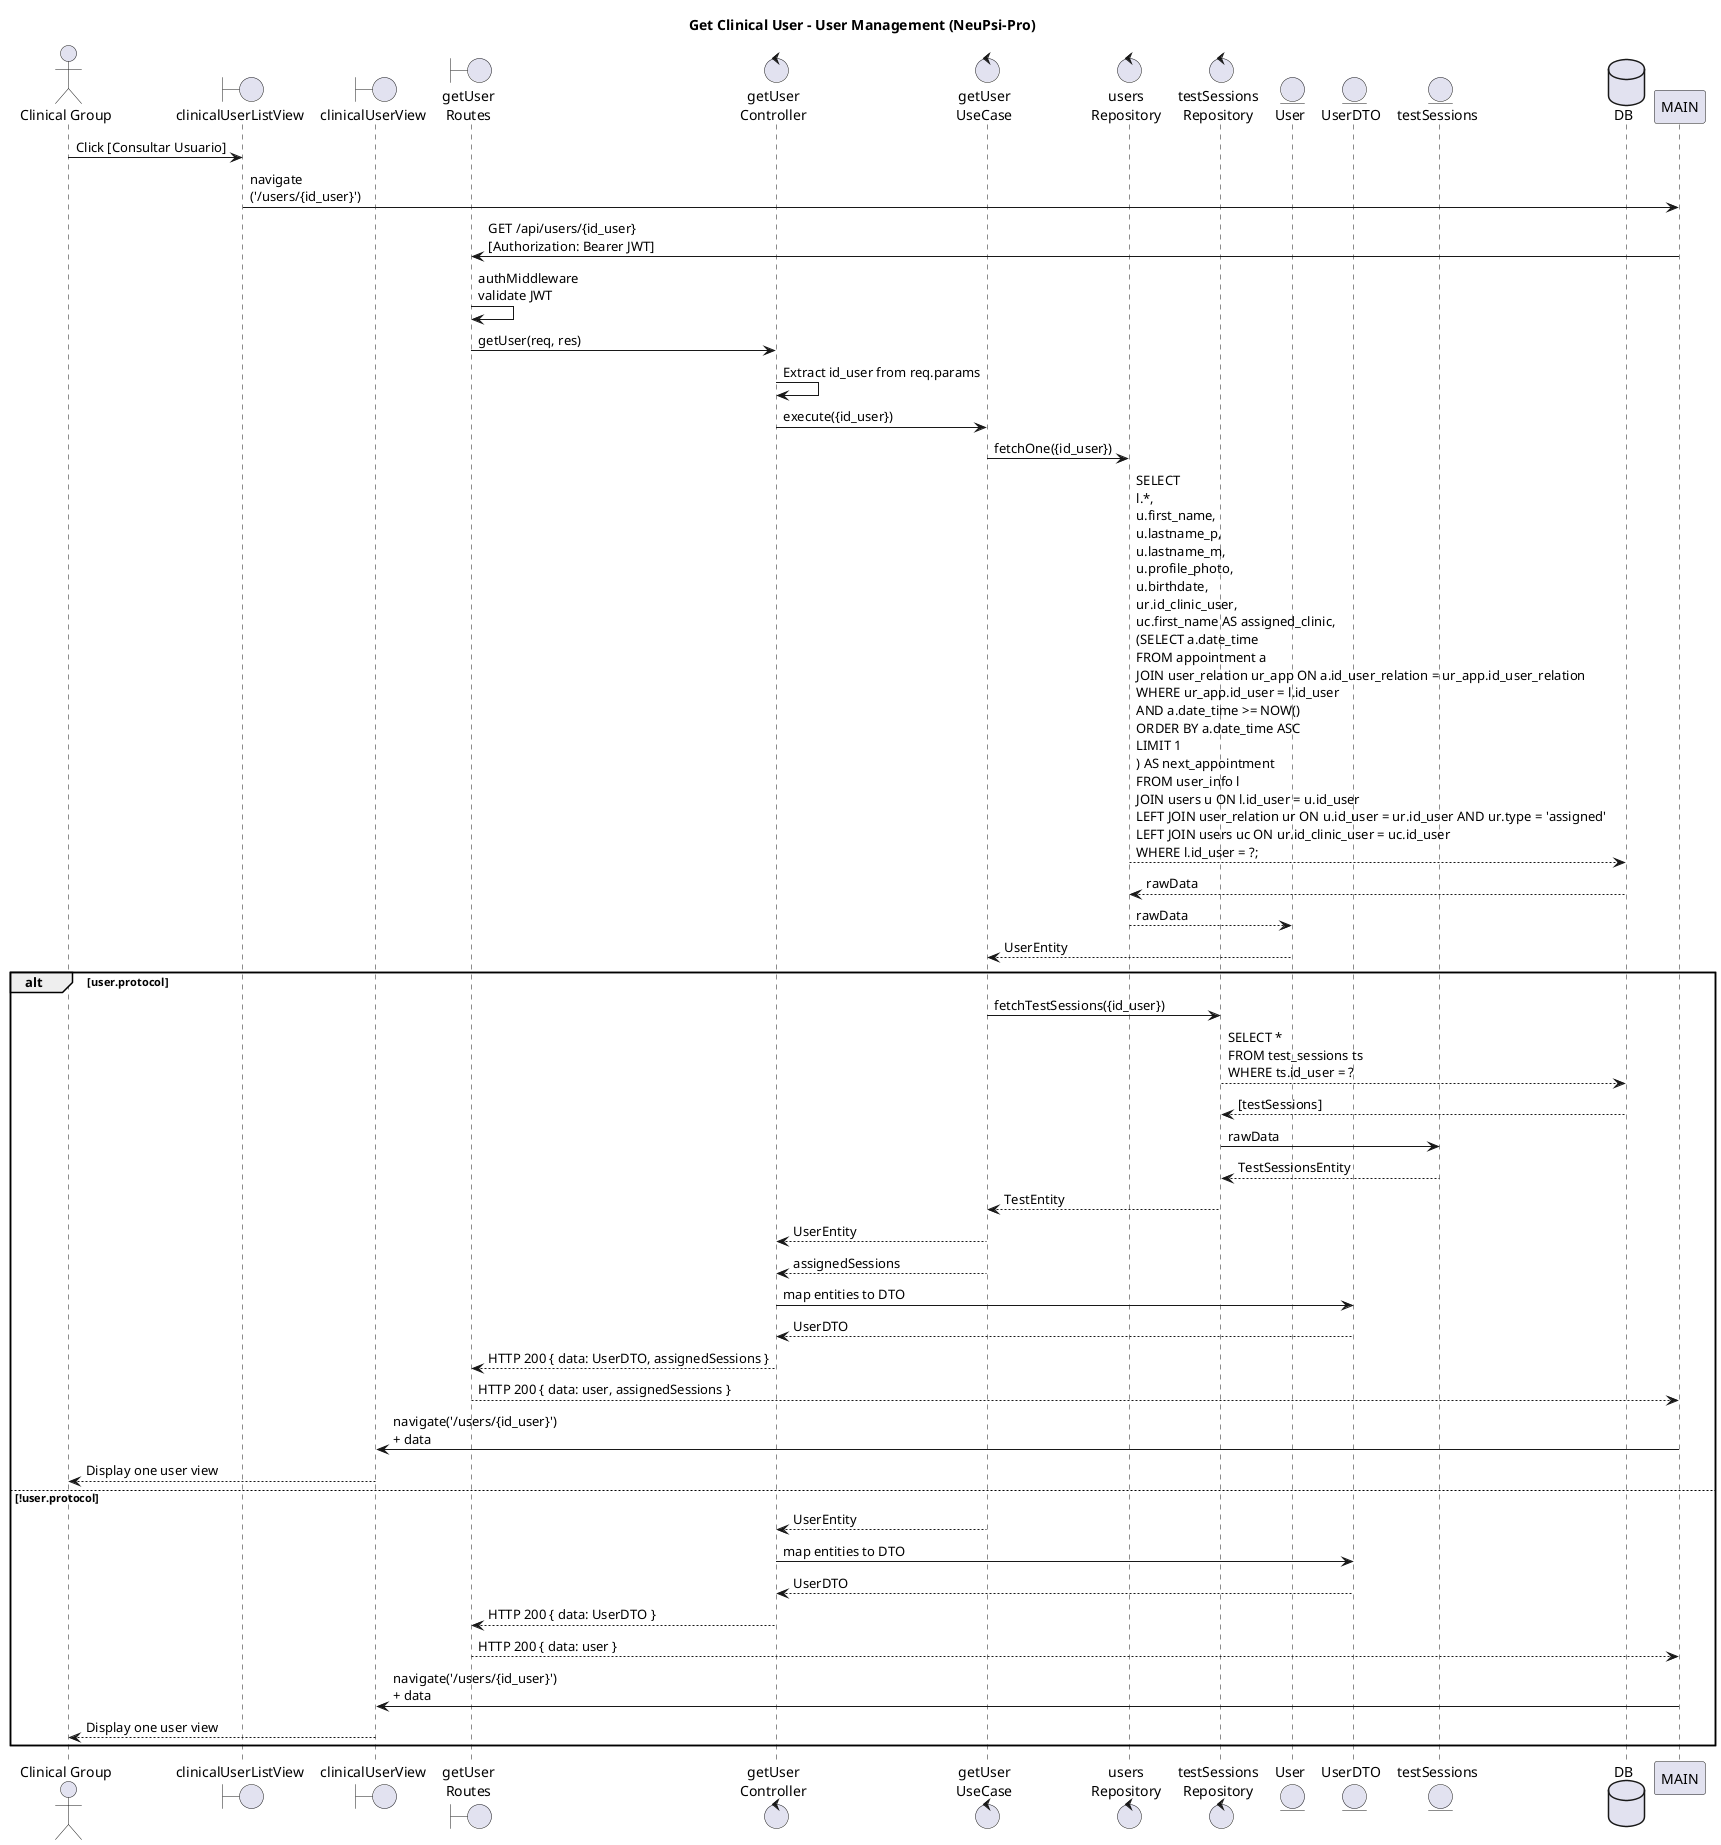
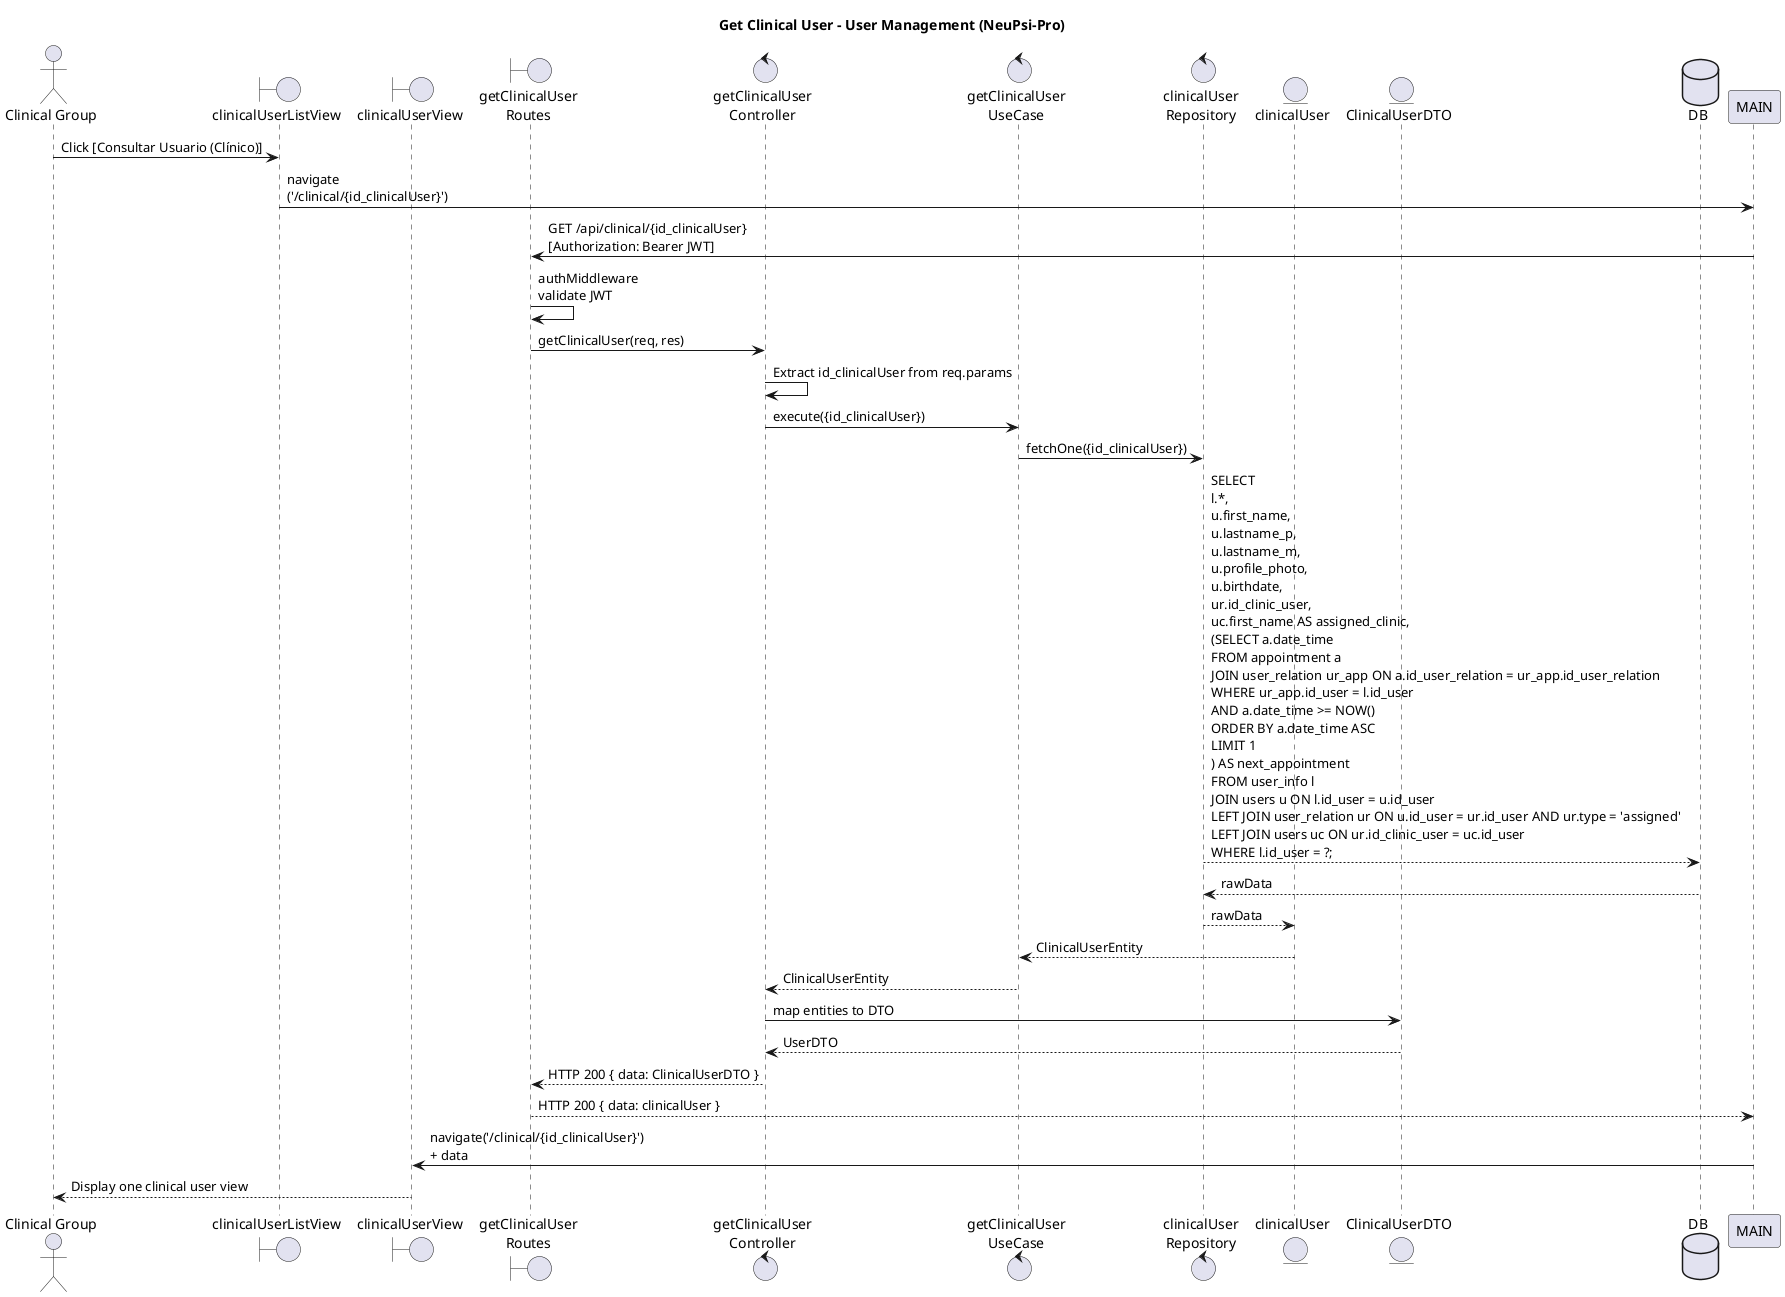
@startuml GU05 Get-Clinical-User

title Get Clinical User - User Management (NeuPsi-Pro)

actor "Clinical Group" as CG

boundary "clinicalUserListView" as VUsers
boundary "clinicalUserView" as VOne
- boundary "getUser\nRoutes" as ROUTE
- control "getUser\nController" as CTRL
- control "getUser\nUseCase" as UC
- control "users\nRepository" as REPO
- control "testSessions\nRepository" as tsREPO
- entity "User" as ENT
- entity "UserDTO" as DTO
- entity "testSessions" as tsENT
+ boundary "getClinicalUser\nRoutes" as ROUTE
+ control "getClinicalUser\nController" as CTRL
+ control "getClinicalUser\nUseCase" as UC
+ control "clinicalUser\nRepository" as REPO
+ entity "clinicalUser" as ENT
+ entity "ClinicalUserDTO" as DTO
database DB

- CG -> VUsers : Click [Consultar Usuario]
- VUsers -> MAIN : navigate\n('/users/{id_user}')
+ CG -> VUsers : Click [Consultar Usuario (Clínico)]
+ VUsers -> MAIN : navigate\n('/clinical/{id_clinicalUser}')

- MAIN -> ROUTE : GET /api/users/{id_user}\n[Authorization: Bearer JWT]
+ MAIN -> ROUTE : GET /api/clinical/{id_clinicalUser}\n[Authorization: Bearer JWT]

ROUTE -> ROUTE : authMiddleware\nvalidate JWT
- ROUTE -> CTRL : getUser(req, res)
+ ROUTE -> CTRL : getClinicalUser(req, res)

- CTRL -> CTRL : Extract id_user from req.params
+ CTRL -> CTRL : Extract id_clinicalUser from req.params

- CTRL -> UC : execute({id_user})
+ CTRL -> UC : execute({id_clinicalUser})

- UC -> REPO : fetchOne({id_user})
+ UC -> REPO : fetchOne({id_clinicalUser})

REPO --> DB : SELECT \nl.*, \nu.first_name,\nu.lastname_p,\nu.lastname_m,\nu.profile_photo,\nu.birthdate, \nur.id_clinic_user, \nuc.first_name AS assigned_clinic, \n(SELECT a.date_time \nFROM appointment a \nJOIN user_relation ur_app ON a.id_user_relation = ur_app.id_user_relation \nWHERE ur_app.id_user = l.id_user \nAND a.date_time >= NOW() \nORDER BY a.date_time ASC \nLIMIT 1 \n) AS next_appointment \nFROM user_info l \nJOIN users u ON l.id_user = u.id_user \nLEFT JOIN user_relation ur ON u.id_user = ur.id_user AND ur.type = 'assigned' \nLEFT JOIN users uc ON ur.id_clinic_user = uc.id_user \nWHERE l.id_user = ?;

DB --> REPO : rawData

REPO --> ENT : rawData

- ENT --> UC : UserEntity
+ ENT --> UC : ClinicalUserEntity

- alt user.protocol
+ UC --> CTRL : ClinicalUserEntity

-     UC -> tsREPO : fetchTestSessions({id_user})
+ CTRL -> DTO : map entities to DTO
+ DTO --> CTRL : UserDTO

-     tsREPO --> DB : SELECT * \nFROM test_sessions ts \nWHERE ts.id_user = ?
+ CTRL --> ROUTE : HTTP 200 { data: ClinicalUserDTO }

-     DB --> tsREPO : [testSessions]
+ ROUTE --> MAIN : HTTP 200 { data: clinicalUser }

-     tsREPO -> tsENT : rawData
+ MAIN -> VOne : navigate('/clinical/{id_clinicalUser}')\n+ data

-     tsENT --> tsREPO : TestSessionsEntity
+ VOne --> CG : Display one clinical user view

-     tsREPO --> UC : TestEntity
- 
-     UC --> CTRL : UserEntity
-     UC --> CTRL : assignedSessions
- 
-     CTRL -> DTO : map entities to DTO
-     DTO --> CTRL : UserDTO
- 
-     CTRL --> ROUTE : HTTP 200 { data: UserDTO, assignedSessions }
- 
-     ROUTE --> MAIN : HTTP 200 { data: user, assignedSessions }
- 
-     MAIN -> VOne : navigate('/users/{id_user}')\n+ data
- 
-     VOne --> CG : Display one user view
- 
- else !user.protocol
- 
-     UC --> CTRL : UserEntity
- 
-     CTRL -> DTO : map entities to DTO
-     DTO --> CTRL : UserDTO
- 
-     CTRL --> ROUTE : HTTP 200 { data: UserDTO }
- 
-     ROUTE --> MAIN : HTTP 200 { data: user }
- 
-     MAIN -> VOne : navigate('/users/{id_user}')\n+ data
- 
-     VOne --> CG : Display one user view
- 
- end

@enduml